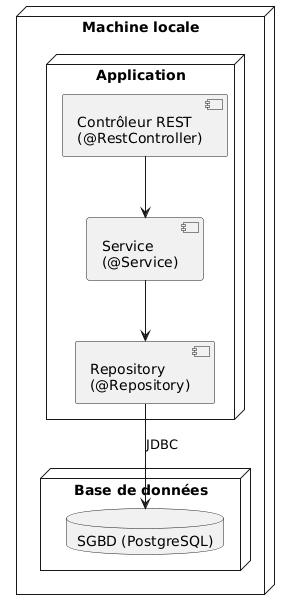
Anass1707/LOG430-labos keeps this PlantUML diagram as img/diagrammeDeploiement-2-tiers.png. Above is the earlier version.
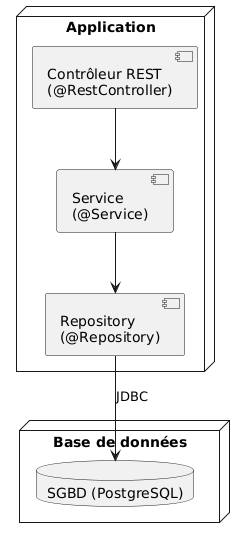
After the commit.

What changed in the source:
```diff
@@ -1,7 +1,5 @@
 @startuml
-node "Machine locale" {
-
-  node "Application" {
+node "Application" {
     component "Contrôleur REST\n(@RestController)"
     component "Service\n(@Service)"
     component "Repository\n(@Repository)"
@@ -14,5 +12,4 @@
   "Contrôleur REST\n(@RestController)" --> "Service\n(@Service)"
   "Service\n(@Service)" --> "Repository\n(@Repository)"
   "Repository\n(@Repository)" --> "SGBD (PostgreSQL)" : JDBC
-}
 @enduml
```
